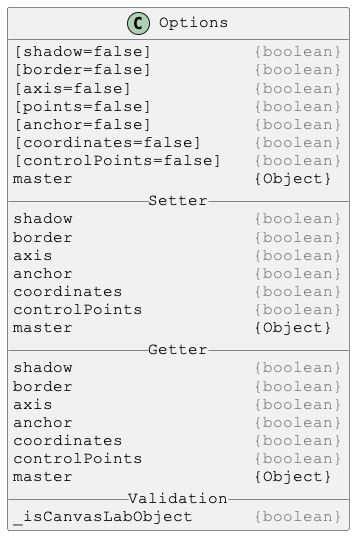
Above: docs/PlantUml/images/Options.png in Justin-Byrne/canvasLab (PlantUML), before the change. Source of this version:
```plantuml
@startuml

skinparam DefaultFontSize 16
skinparam DefaultFontName Courier New

class Options {
[shadow=false]          <color:gray>{boolean}</color>
[border=false]          <color:gray>{boolean}</color>
[axis=false]            <color:gray>{boolean}</color>
[points=false]          <color:gray>{boolean}</color>
[anchor=false]          <color:gray>{boolean}</color>
[coordinates=false]     <color:gray>{boolean}</color>
[controlPoints=false]   <color:gray>{boolean}</color>
master                  {Object}
__ Setter __
shadow                  <color:gray>{boolean}</color>
border                  <color:gray>{boolean}</color>
axis                    <color:gray>{boolean}</color>
anchor                  <color:gray>{boolean}</color>
coordinates             <color:gray>{boolean}</color>
controlPoints           <color:gray>{boolean}</color>
master                  {Object}
__ Getter __
shadow                  <color:gray>{boolean}</color>
border                  <color:gray>{boolean}</color>
axis                    <color:gray>{boolean}</color>
anchor                  <color:gray>{boolean}</color>
coordinates             <color:gray>{boolean}</color>
controlPoints           <color:gray>{boolean}</color>
master                  {Object}
__ Validation __
_isCanvasLabObject      <color:gray>{boolean}</color>
}

@enduml
```
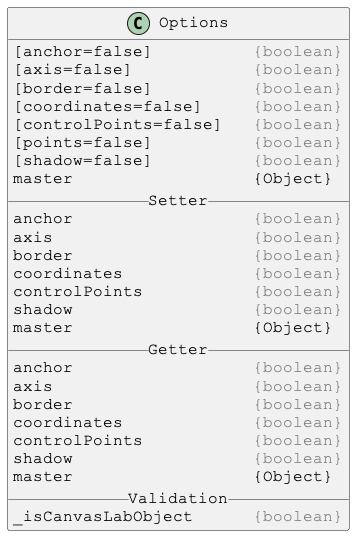
Later version of the same file.

Diff of the diagram source:
```diff
@@ -4,29 +4,29 @@
 skinparam DefaultFontName Courier New
 
 class Options {
-[shadow=false]          <color:gray>{boolean}</color>
+[anchor=false]          <color:gray>{boolean}</color>
+[axis=false]            <color:gray>{boolean}</color>
 [border=false]          <color:gray>{boolean}</color>
-[axis=false]            <color:gray>{boolean}</color>
-[points=false]          <color:gray>{boolean}</color>
-[anchor=false]          <color:gray>{boolean}</color>
 [coordinates=false]     <color:gray>{boolean}</color>
 [controlPoints=false]   <color:gray>{boolean}</color>
+[points=false]          <color:gray>{boolean}</color>
+[shadow=false]          <color:gray>{boolean}</color>
 master                  {Object}
 __ Setter __
-shadow                  <color:gray>{boolean}</color>
+anchor                  <color:gray>{boolean}</color>
+axis                    <color:gray>{boolean}</color>
 border                  <color:gray>{boolean}</color>
-axis                    <color:gray>{boolean}</color>
-anchor                  <color:gray>{boolean}</color>
 coordinates             <color:gray>{boolean}</color>
 controlPoints           <color:gray>{boolean}</color>
+shadow                  <color:gray>{boolean}</color>
 master                  {Object}
 __ Getter __
-shadow                  <color:gray>{boolean}</color>
+anchor                  <color:gray>{boolean}</color>
+axis                    <color:gray>{boolean}</color>
 border                  <color:gray>{boolean}</color>
-axis                    <color:gray>{boolean}</color>
-anchor                  <color:gray>{boolean}</color>
 coordinates             <color:gray>{boolean}</color>
 controlPoints           <color:gray>{boolean}</color>
+shadow                  <color:gray>{boolean}</color>
 master                  {Object}
 __ Validation __
 _isCanvasLabObject      <color:gray>{boolean}</color>
```
